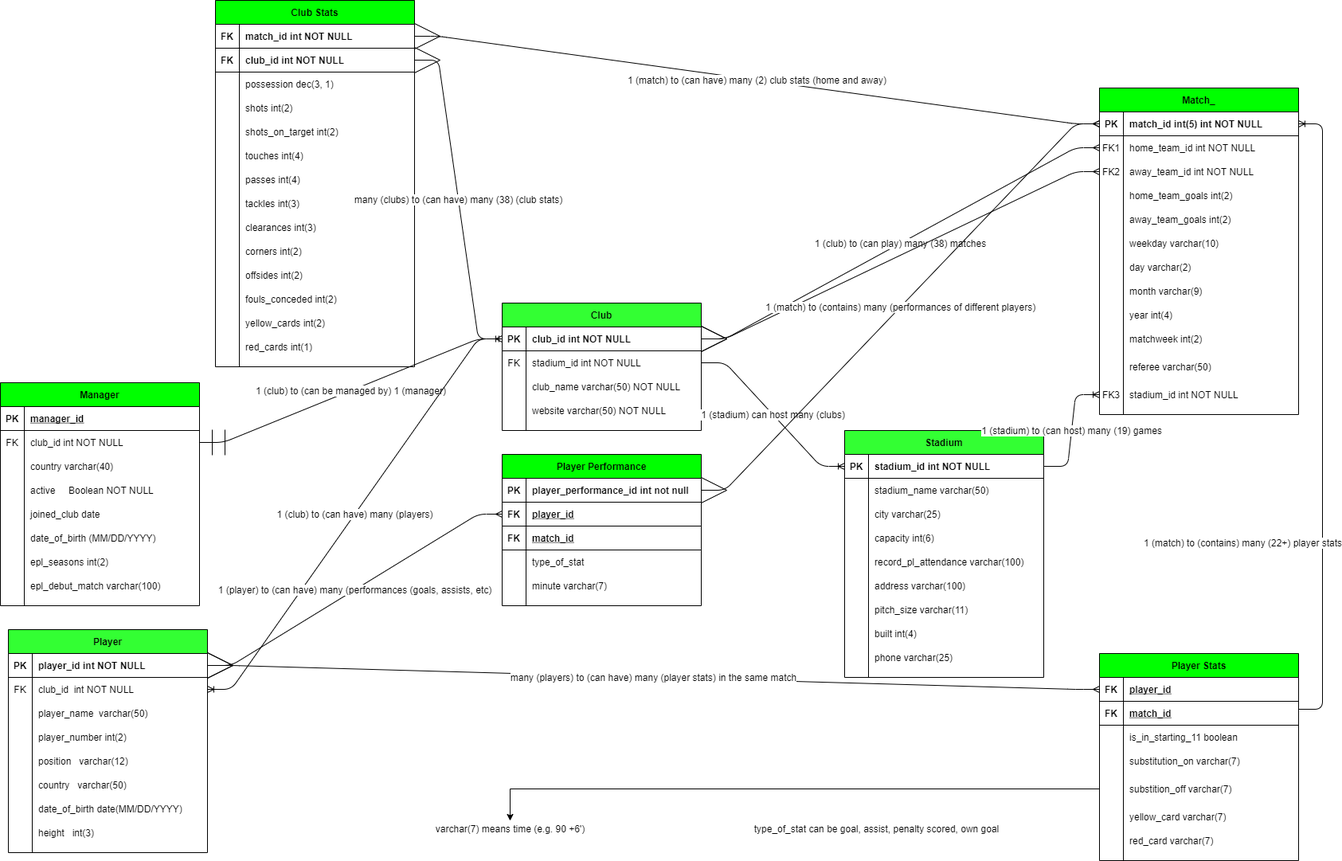
narekzamanyan97/Scraped-EPL-Data-Into-a-Database keeps this draw.io diagram as Premier League Database Model.png. Above is the earlier version. Source tidied: cells renumbered, new cells last; positions are measured from the earlier drawing's top-left corner, leaving out a move shared by most shapes.
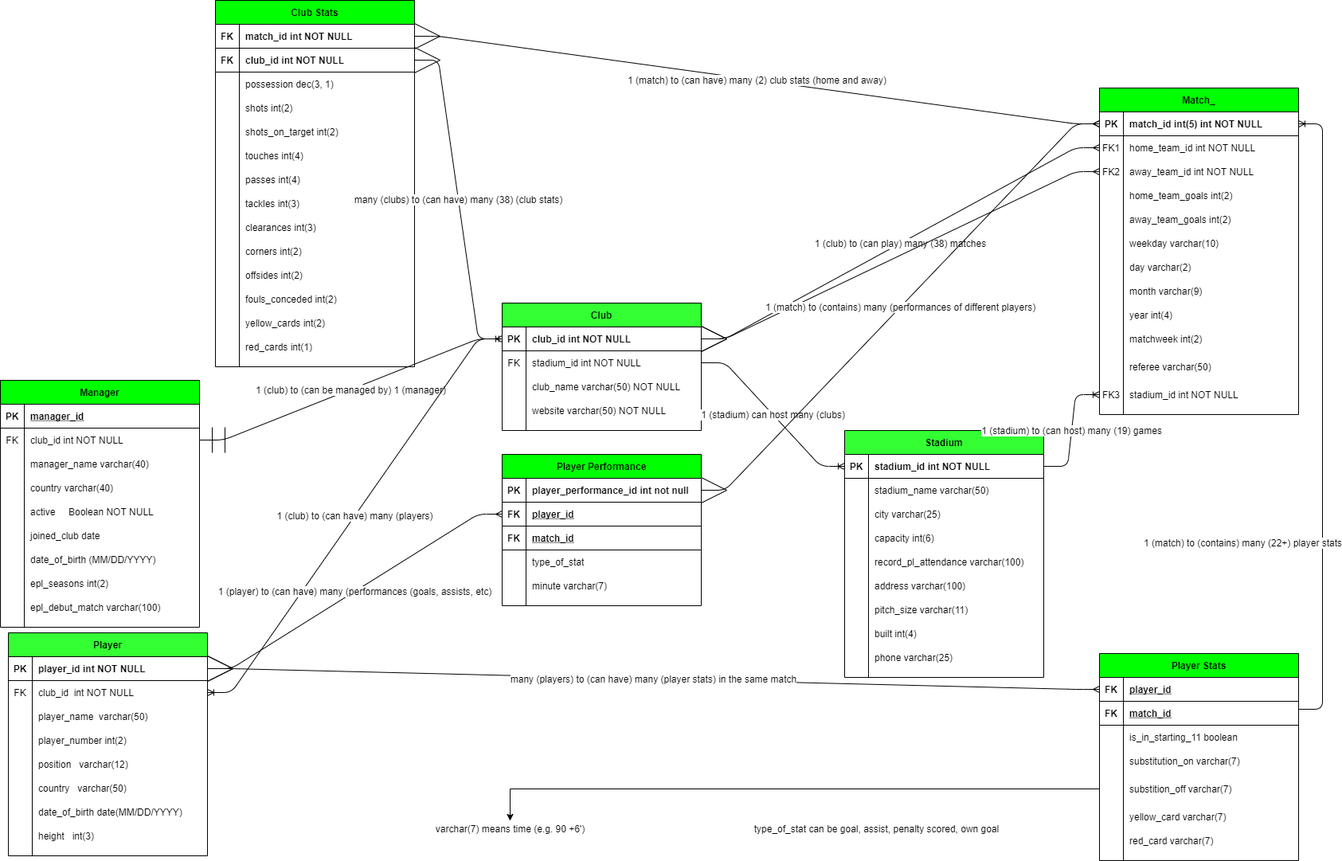
The same file after the commit.

Commit message:
added manager_name to the manager table.png

Change to the diagram source:
```diff
@@ -3,7 +3,7 @@
     <mxCell id="0" />
     <mxCell id="1" parent="0" />
     <mxCell id="2" value="Manager" style="shape=table;startSize=30;rowLines=0;fontStyle=1;align=center;fillColor=#00FF00;" parent="1" vertex="1">
-      <mxGeometry y="480" width="250" height="280" as="geometry" />
+      <mxGeometry y="477" width="250" height="310" as="geometry" />
     </mxCell>
     <mxCell id="3" style="shape=partialRectangle;fillColor=none;top=0;left=0;right=0;bottom=1;" parent="2" vertex="1">
       <mxGeometry y="30" width="250" height="30" as="geometry" />
@@ -23,8 +23,17 @@
     <mxCell id="8" value="club_id int NOT NULL" style="shape=partialRectangle;overflow=hidden;fillColor=none;top=0;left=0;bottom=0;right=0;align=left;spacingLeft=6;" parent="6" vertex="1">
       <mxGeometry x="30" width="220" height="30" as="geometry" />
     </mxCell>
+    <mxCell id="226" style="shape=partialRectangle;fillColor=none;top=0;left=0;right=0;bottom=0;" parent="2" vertex="1">
+      <mxGeometry y="90" width="250" height="30" as="geometry" />
+    </mxCell>
+    <mxCell id="227" style="shape=partialRectangle;overflow=hidden;fillColor=none;top=0;left=0;bottom=0;right=0;" parent="226" vertex="1">
+      <mxGeometry width="30" height="30" as="geometry" />
+    </mxCell>
+    <mxCell id="228" value="manager_name varchar(40)" style="shape=partialRectangle;overflow=hidden;fillColor=none;top=0;left=0;bottom=0;right=0;align=left;spacingLeft=6;" parent="226" vertex="1">
+      <mxGeometry x="30" width="220" height="30" as="geometry" />
+    </mxCell>
     <mxCell id="9" style="shape=partialRectangle;fillColor=none;top=0;left=0;right=0;bottom=0;" parent="2" vertex="1">
-      <mxGeometry y="90" width="250" height="30" as="geometry" />
+      <mxGeometry y="120" width="250" height="30" as="geometry" />
     </mxCell>
     <mxCell id="10" style="shape=partialRectangle;overflow=hidden;fillColor=none;top=0;left=0;bottom=0;right=0;" parent="9" vertex="1">
       <mxGeometry width="30" height="30" as="geometry" />
@@ -33,7 +42,7 @@
       <mxGeometry x="30" width="220" height="30" as="geometry" />
     </mxCell>
     <mxCell id="12" style="shape=partialRectangle;fillColor=none;top=0;left=0;right=0;bottom=0;" parent="2" vertex="1">
-      <mxGeometry y="120" width="250" height="30" as="geometry" />
+      <mxGeometry y="150" width="250" height="30" as="geometry" />
     </mxCell>
     <mxCell id="13" style="shape=partialRectangle;overflow=hidden;fillColor=none;top=0;left=0;bottom=0;right=0;" parent="12" vertex="1">
       <mxGeometry width="30" height="30" as="geometry" />
@@ -42,7 +51,7 @@
       <mxGeometry x="30" width="220" height="30" as="geometry" />
     </mxCell>
     <mxCell id="15" style="shape=partialRectangle;fillColor=none;top=0;left=0;right=0;bottom=0;" parent="2" vertex="1">
-      <mxGeometry y="150" width="250" height="30" as="geometry" />
+      <mxGeometry y="180" width="250" height="30" as="geometry" />
     </mxCell>
     <mxCell id="16" style="shape=partialRectangle;overflow=hidden;fillColor=none;top=0;left=0;bottom=0;right=0;" parent="15" vertex="1">
       <mxGeometry width="30" height="30" as="geometry" />
@@ -51,7 +60,7 @@
       <mxGeometry x="30" width="220" height="30" as="geometry" />
     </mxCell>
     <mxCell id="18" style="shape=partialRectangle;fillColor=none;top=0;left=0;right=0;bottom=0;" parent="2" vertex="1">
-      <mxGeometry y="180" width="250" height="30" as="geometry" />
+      <mxGeometry y="210" width="250" height="30" as="geometry" />
     </mxCell>
     <mxCell id="19" style="shape=partialRectangle;overflow=hidden;fillColor=none;top=0;left=0;bottom=0;right=0;" parent="18" vertex="1">
       <mxGeometry width="30" height="30" as="geometry" />
@@ -60,7 +69,7 @@
       <mxGeometry x="30" width="220" height="30" as="geometry" />
     </mxCell>
     <mxCell id="21" style="shape=partialRectangle;fillColor=none;top=0;left=0;right=0;bottom=0;" parent="2" vertex="1">
-      <mxGeometry y="210" width="250" height="30" as="geometry" />
+      <mxGeometry y="240" width="250" height="30" as="geometry" />
     </mxCell>
     <mxCell id="22" style="shape=partialRectangle;overflow=hidden;fillColor=none;top=0;left=0;bottom=0;right=0;" parent="21" vertex="1">
       <mxGeometry width="30" height="30" as="geometry" />
@@ -69,7 +78,7 @@
       <mxGeometry x="30" width="220" height="30" as="geometry" />
     </mxCell>
     <mxCell id="24" style="shape=partialRectangle;fillColor=none;top=0;left=0;right=0;bottom=0;" parent="2" vertex="1">
-      <mxGeometry y="240" width="250" height="30" as="geometry" />
+      <mxGeometry y="270" width="250" height="30" as="geometry" />
     </mxCell>
     <mxCell id="25" style="shape=partialRectangle;overflow=hidden;fillColor=none;top=0;left=0;bottom=0;right=0;" parent="24" vertex="1">
       <mxGeometry width="30" height="30" as="geometry" />
@@ -189,7 +198,7 @@
       <mxGeometry x="30" width="220" height="30" as="geometry" />
     </mxCell>
     <mxCell id="64" value="Player" style="shape=table;startSize=30;rowLines=0;fontStyle=1;align=center;fillColor=#33FF33;" parent="1" vertex="1">
-      <mxGeometry x="10" y="790" width="250" height="280" as="geometry" />
+      <mxGeometry x="10" y="794" width="250" height="280" as="geometry" />
     </mxCell>
     <mxCell id="65" style="shape=partialRectangle;fillColor=none;points=[[0,0.5],[1,0.5]];portConstraint=eastwest;top=0;left=0;right=0;bottom=1;" parent="64" vertex="1">
       <mxGeometry y="30" width="250" height="30" as="geometry" />
```
